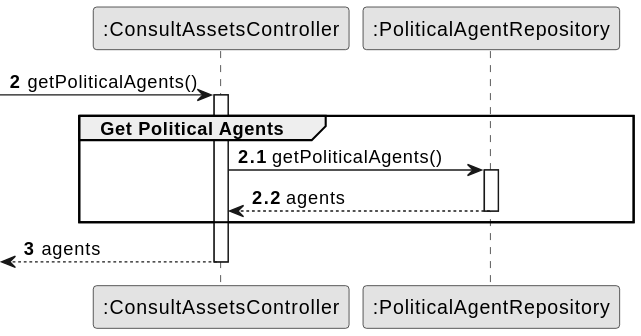
brunodspinto/crystal-clear-platform keeps this PlantUML diagram as docs/system-documentation/US11/03.design/svg/US11-SD-partial-get-political-agents.svg. Above is the earlier version. Its diagram source:
```plantuml
@startuml
skinparam monochrome true
skinparam packageStyle rectangle
skinparam shadowing false

autonumber

participant ":ConsultAssetsController" as CTRL
participant ":PoliticalAgentRepository" as PAR

autonumber 2
 -> CTRL : getPoliticalAgents()
autonumber 2.1
activate CTRL
    group Get Political Agents

        CTRL -> PAR : getPoliticalAgents()
        activate PAR
            PAR --> CTRL : agents
        deactivate PAR

    end
    autonumber 3
    <-- CTRL : agents
deactivate CTRL
@enduml
```
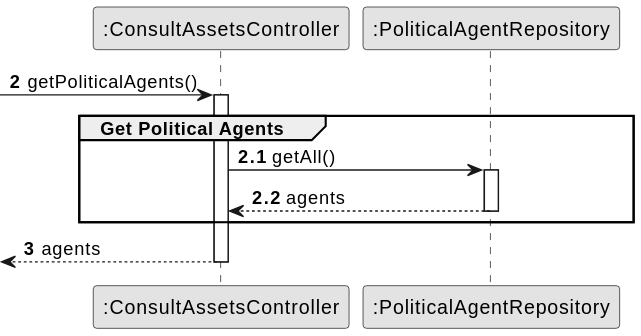
After the change.

Diff of the diagram source:
```diff
@@ -14,7 +14,7 @@
 activate CTRL
     group Get Political Agents
 
-        CTRL -> PAR : getPoliticalAgents()
+        CTRL -> PAR : getAll()
         activate PAR
             PAR --> CTRL : agents
         deactivate PAR
```
